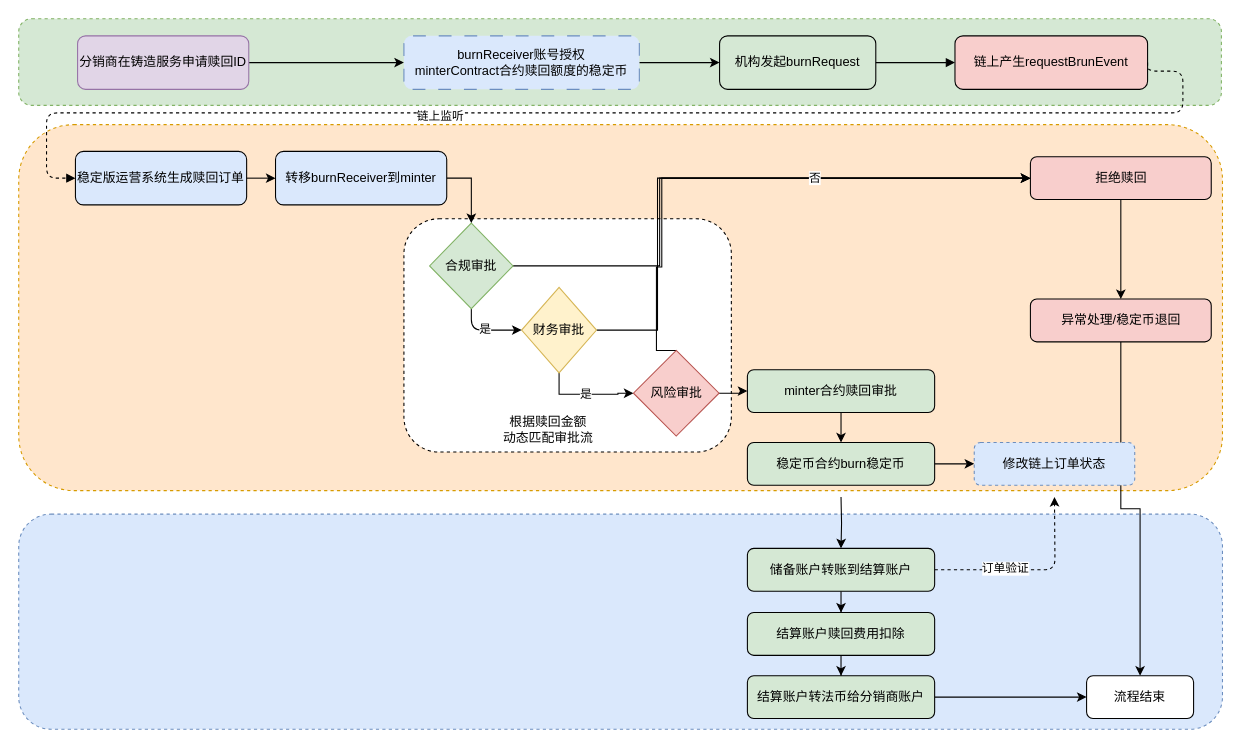
Earlier version of the draw.io diagram burn.drawio (mingzhenliu/doc). Source tidied: cells renumbered, new cells numbered last; positions are measured from the earlier drawing's top-left corner, leaving out a move shared by most shapes. Both pictures are drawn from the tidied source at 107%, with x=0, y=0 at pixel (18, 18).
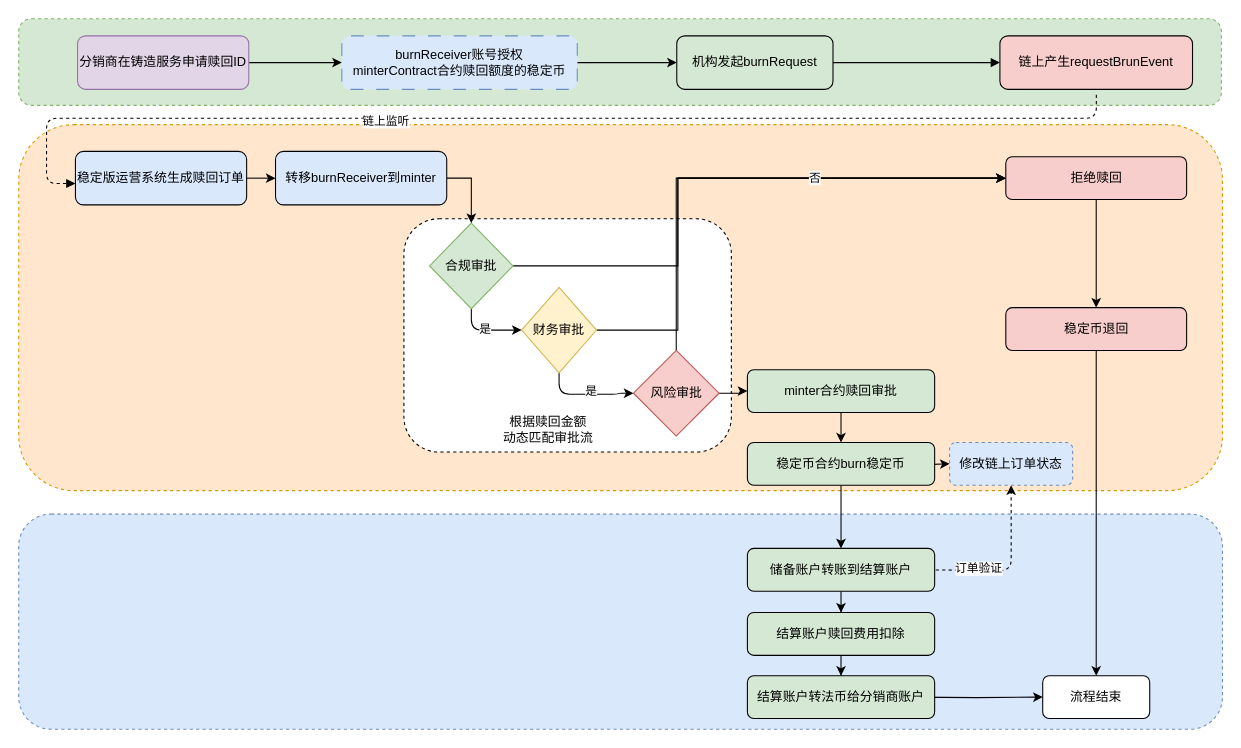
The same page after the edit.

Unchanged cells that the change refers to:
```xml
<mxCell id="10" value="稳定版运营系统&lt;span style=&quot;background-color: transparent; color: light-dark(rgb(0, 0, 0), rgb(255, 255, 255));&quot;&gt;生成赎回订单&lt;/span&gt;" style="rounded=1;whiteSpace=wrap;html=1;fillColor=#dae8fc;" parent="1" vertex="1">
  <mxGeometry x="53" y="124" width="160" height="50" as="geometry" />
</mxCell>
<mxCell id="21" value="财务审批" style="rhombus;whiteSpace=wrap;html=1;fillColor=#fff2cc;strokeColor=#d6b656;" parent="1" vertex="1">
  <mxGeometry x="470" y="251" width="70" height="80" as="geometry" />
</mxCell>
<mxCell id="25" value="合规审批" style="rhombus;whiteSpace=wrap;html=1;fillColor=#d5e8d4;strokeColor=#82b366;" parent="1" vertex="1">
  <mxGeometry x="384" y="191" width="78" height="80" as="geometry" />
</mxCell>
<mxCell id="29" value="风险审批" style="rhombus;whiteSpace=wrap;html=1;fillColor=#f8cecc;strokeColor=#b85450;" parent="1" vertex="1">
  <mxGeometry x="574.5" y="310" width="80" height="80" as="geometry" />
</mxCell>
<mxCell id="33" value="结算账户&lt;span style=&quot;background-color: transparent; color: light-dark(rgb(0, 0, 0), rgb(255, 255, 255));&quot;&gt;转法币给分销商账户&lt;/span&gt;" style="rounded=1;whiteSpace=wrap;html=1;fillColor=#d5e8d4;" parent="1" vertex="1">
  <mxGeometry x="681" y="614" width="175" height="40" as="geometry" />
</mxCell>
<mxCell id="40" value="储备账户转账到结算账户" style="rounded=1;whiteSpace=wrap;html=1;fillColor=#d5e8d4;" parent="1" vertex="1">
  <mxGeometry x="681" y="495" width="175" height="40" as="geometry" />
</mxCell>
<mxCell id="43" value="稳定币合约burn稳定币" style="rounded=1;whiteSpace=wrap;html=1;fillColor=#d5e8d4;" parent="1" vertex="1">
  <mxGeometry x="681" y="396" width="175" height="40" as="geometry" />
</mxCell>
```

Diff of the diagram source:
```diff
@@
     <mxCell id="8" value="机构发起burnRequest" style="rounded=1;whiteSpace=wrap;html=1;fillColor=#d5e8d4;flipH=1;" parent="1" vertex="1">
-      <mxGeometry x="655" y="16" width="146" height="50" as="geometry" />
+      <mxGeometry x="615" y="16" width="146" height="50" as="geometry" />
     </mxCell>
     <mxCell id="9" value="链上产生requestBrunEvent" style="rounded=1;whiteSpace=wrap;html=1;fillColor=#f8cecc;flipH=1;" parent="1" vertex="1">
-      <mxGeometry x="875" y="16" width="180" height="50" as="geometry" />
+      <mxGeometry x="917" y="16" width="180" height="50" as="geometry" />
     </mxCell>
@@
     <mxCell id="12" value="拒绝赎回" style="rounded=1;whiteSpace=wrap;html=1;fillColor=#f8cecc;" parent="1" vertex="1">
-      <mxGeometry x="945.5" y="129" width="169" height="40" as="geometry" />
+      <mxGeometry x="922.5" y="129" width="169" height="40" as="geometry" />
     </mxCell>
@@
     <mxCell id="15" value="流程结束" style="rounded=1;whiteSpace=wrap;html=1;fillColor=#ffffff;" parent="1" vertex="1">
-      <mxGeometry x="998" y="614" width="100" height="40" as="geometry" />
+      <mxGeometry x="957" y="614" width="100" height="40" as="geometry" />
     </mxCell>
@@
-    <mxCell id="17" style="edgeStyle=orthogonalEdgeStyle;endArrow=block;html=1;exitX=1;exitY=0.5;exitDx=0;exitDy=0;dashed=1;entryX=0;entryY=0.5;entryDx=0;entryDy=0;" parent="1" edge="1" source="9" target="10">
+    <mxCell id="17" style="edgeStyle=orthogonalEdgeStyle;endArrow=block;html=1;dashed=1;entryX=0;entryY=0.5;entryDx=0;entryDy=0;" parent="1" edge="1">
       <mxGeometry relative="1" as="geometry">
+        <mxPoint x="1007.1" y="71" as="sourcePoint" />
+        <mxPoint x="53" y="154" as="targetPoint" />
         <Array as="points">
-          <mxPoint x="1055" y="49" />
-          <mxPoint x="1088" y="49" />
-          <mxPoint x="1088" y="88" />
-          <mxPoint x="26" y="88" />
-          <mxPoint x="26" y="149" />
+          <mxPoint x="1007" y="93" />
+          <mxPoint x="26" y="93" />
+          <mxPoint x="26" y="154" />
         </Array>
       </mxGeometry>
     </mxCell>
@@
     <mxCell id="19" style="edgeStyle=orthogonalEdgeStyle;rounded=0;jettySize=auto;html=1;entryX=0;entryY=0.5;entryDx=0;entryDy=0;" parent="1" edge="1" source="21" target="12">
       <mxGeometry relative="1" as="geometry">
         <Array as="points">
-          <mxPoint x="597" y="291" />
-          <mxPoint x="597" y="149" />
+          <mxPoint x="616" y="291" />
+          <mxPoint x="616" y="149" />
         </Array>
       </mxGeometry>
     </mxCell>
-    <mxCell id="20" style="edgeStyle=orthogonalEdgeStyle;rounded=0;jettySize=auto;html=1;exitX=0.5;exitY=1;exitDx=0;exitDy=0;" parent="1" edge="1" source="21" target="29">
+    <mxCell id="20" style="edgeStyle=orthogonalEdgeStyle;rounded=1;jettySize=auto;html=1;exitX=0.5;exitY=1;exitDx=0;exitDy=0;curved=0;" parent="1" edge="1" source="21" target="29">
       <mxGeometry relative="1" as="geometry" />
     </mxCell>
+    <mxCell id="50" value="是" style="edgeLabel;html=1;align=center;verticalAlign=middle;" parent="20" vertex="1">
+      <mxGeometry x="0.08" y="4" relative="1" as="geometry" />
+    </mxCell>
@@
     <mxCell id="24" style="edgeStyle=orthogonalEdgeStyle;rounded=0;jettySize=auto;html=1;entryX=0;entryY=0.5;entryDx=0;entryDy=0;" parent="1" edge="1" source="25" target="12">
       <mxGeometry relative="1" as="geometry">
         <Array as="points">
-          <mxPoint x="599" y="231" />
-          <mxPoint x="599" y="149" />
+          <mxPoint x="616" y="231" />
+          <mxPoint x="616" y="149" />
         </Array>
       </mxGeometry>
     </mxCell>
@@
     <mxCell id="27" style="edgeStyle=orthogonalEdgeStyle;rounded=0;jettySize=auto;html=1;entryX=0;entryY=0.5;entryDx=0;entryDy=0;exitX=0.5;exitY=0;exitDx=0;exitDy=0;" parent="1" edge="1" source="29" target="12">
       <mxGeometry relative="1" as="geometry">
         <Array as="points">
-          <mxPoint x="596" y="310" />
-          <mxPoint x="596" y="232" />
-          <mxPoint x="601" y="232" />
-          <mxPoint x="601" y="149" />
+          <mxPoint x="614" y="149" />
         </Array>
       </mxGeometry>
     </mxCell>
@@
-    <mxCell id="32" style="edgeStyle=orthogonalEdgeStyle;rounded=0;jettySize=auto;html=1;entryX=0;entryY=0.5;entryDx=0;entryDy=0;" parent="1" edge="1" source="33" target="15">
-      <mxGeometry relative="1" as="geometry" />
+    <mxCell id="32" style="edgeStyle=orthogonalEdgeStyle;rounded=0;jettySize=auto;html=1;entryX=0;entryY=0.5;entryDx=0;entryDy=0;" parent="1" edge="1" target="15">
+      <mxGeometry relative="1" as="geometry">
+        <mxPoint x="833" y="634" as="sourcePoint" />
+      </mxGeometry>
     </mxCell>
@@
     <mxCell id="35" value="burnReceiver账号授权&lt;div&gt;minterContract合约赎回额度的稳定币&lt;/div&gt;" style="rounded=1;whiteSpace=wrap;html=1;fillColor=#dae8fc;flipH=1;strokeColor=#6c8ebf;dashed=1;dashPattern=12 12;" parent="1" vertex="1">
-      <mxGeometry x="360" y="16" width="220" height="50" as="geometry" />
+      <mxGeometry x="302" y="16" width="220" height="50" as="geometry" />
     </mxCell>
@@
-    <mxCell id="38" style="edgeStyle=orthogonalEdgeStyle;rounded=1;jettySize=auto;html=1;entryX=0.5;entryY=1;entryDx=0;entryDy=0;dashed=1;curved=0;" parent="1" edge="1" source="40">
+    <mxCell id="38" style="edgeStyle=orthogonalEdgeStyle;rounded=1;jettySize=auto;html=1;dashed=1;curved=0;" parent="1" edge="1" target="44">
       <mxGeometry relative="1" as="geometry">
-        <mxPoint x="968" y="447" as="targetPoint" />
+        <mxPoint x="833" y="515.1" as="sourcePoint" />
       </mxGeometry>
     </mxCell>
@@
-    <mxCell id="41" style="edgeStyle=orthogonalEdgeStyle;rounded=0;jettySize=auto;html=1;entryX=0.5;entryY=0;entryDx=0;entryDy=0;" parent="1" edge="1" target="40">
-      <mxGeometry relative="1" as="geometry">
-        <mxPoint x="768.5" y="447" as="sourcePoint" />
-      </mxGeometry>
-    </mxCell>
-    <mxCell id="42" style="edgeStyle=orthogonalEdgeStyle;rounded=0;jettySize=auto;html=1;" parent="1" edge="1" source="43" target="44">
-      <mxGeometry relative="1" as="geometry" />
+    <mxCell id="42" style="edgeStyle=orthogonalEdgeStyle;rounded=0;jettySize=auto;html=1;" parent="1" edge="1" target="44">
+      <mxGeometry relative="1" as="geometry">
+        <mxPoint x="833" y="416" as="sourcePoint" />
+      </mxGeometry>
     </mxCell>
+    <mxCell id="51" style="edgeStyle=orthogonalEdgeStyle;rounded=0;jettySize=auto;html=1;" parent="1" edge="1" source="43" target="40">
+      <mxGeometry relative="1" as="geometry" />
+    </mxCell>
@@
     <mxCell id="44" value="修改链上订单状态" style="rounded=1;whiteSpace=wrap;html=1;fillColor=#dae8fc;strokeColor=#6c8ebf;dashed=1;" parent="1" vertex="1">
-      <mxGeometry x="893" y="396" width="150" height="40" as="geometry" />
+      <mxGeometry x="870" y="396" width="115" height="40" as="geometry" />
     </mxCell>
@@
-    <mxCell id="49" value="异常处理/稳定币退回" style="rounded=1;whiteSpace=wrap;html=1;fillColor=#f8cecc;" parent="1" vertex="1">
-      <mxGeometry x="945.5" y="262" width="169" height="40" as="geometry" />
+    <mxCell id="49" value="稳定币退回" style="rounded=1;whiteSpace=wrap;html=1;fillColor=#f8cecc;" parent="1" vertex="1">
+      <mxGeometry x="922.5" y="270" width="169" height="40" as="geometry" />
     </mxCell>
-    <mxCell id="50" value="是" style="edgeStyle=orthogonalEdgeStyle;rounded=1;jettySize=auto;html=1;exitX=0.5;exitY=1;exitDx=0;exitDy=0;strokeColor=none;curved=0;" parent="1" edge="1" source="21" target="29">
-      <mxGeometry relative="1" as="geometry" />
-    </mxCell>
```
